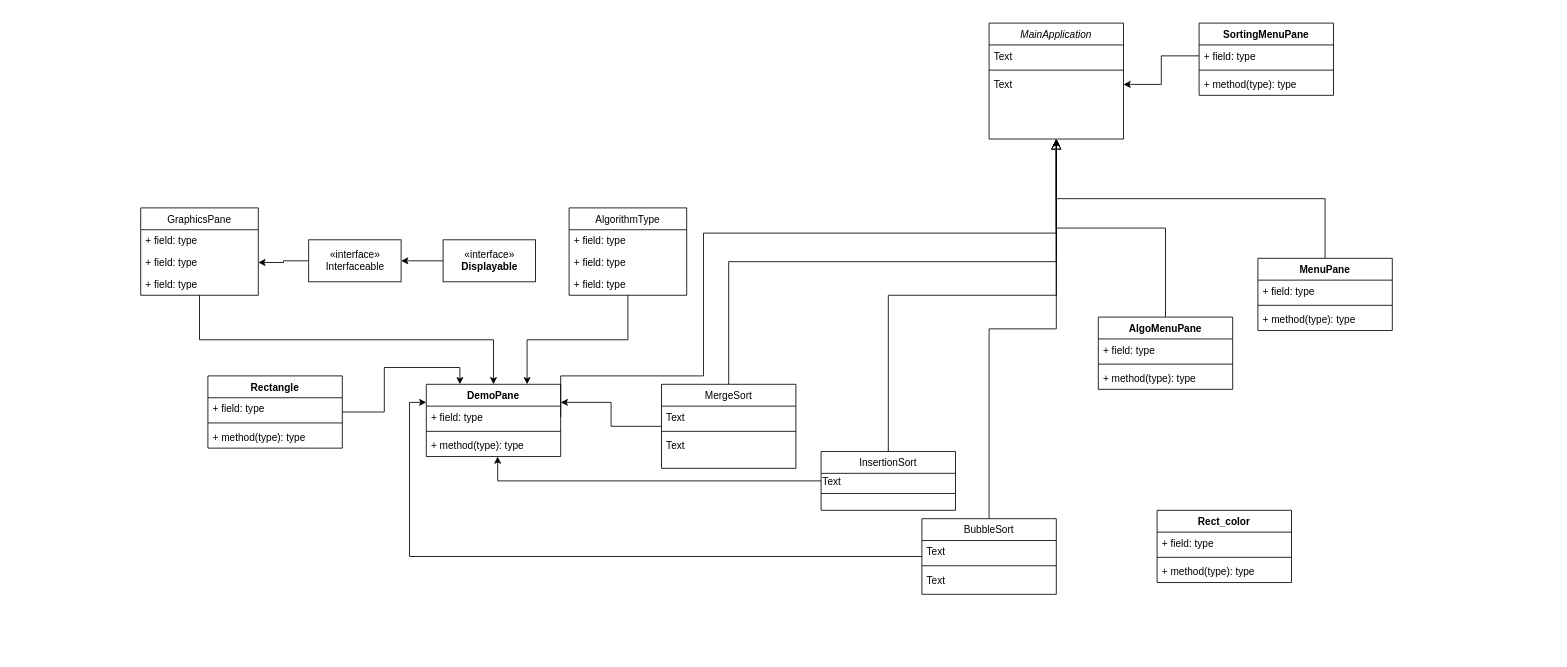
Earlier version of the draw.io diagram Final Project - Class Diagram.drawio (Prot0ast/Repository-Name). Source tidied: cells renumbered, new cells numbered last; positions are measured from the earlier drawing's top-left corner, leaving out a move shared by most shapes. Both pictures are drawn from the tidied source at 84%, with x=0, y=0 at pixel (140, 23).
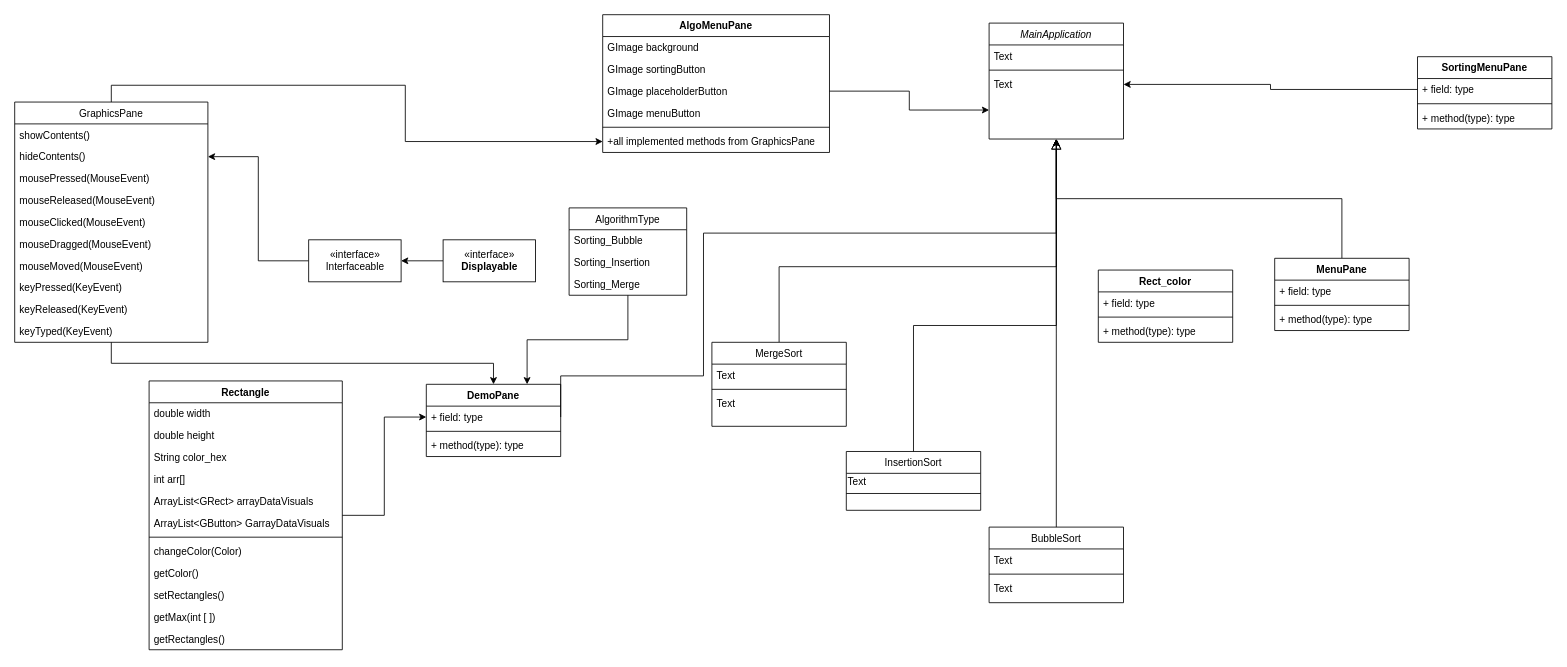
After the change.

The change refers to these unchanged cells:
```xml
<mxCell id="2" value="MainApplication" style="swimlane;fontStyle=2;align=center;verticalAlign=top;horizontal=1;startSize=26;rounded=0;shadow=0;strokeWidth=1;" parent="1" vertex="1">
  <mxGeometry x="1010" width="160" height="138" as="geometry" />
</mxCell>
<mxCell id="29" value="AlgorithmType" style="swimlane;fontStyle=0;horizontal=1;startSize=26;fillColor=none;" parent="1" vertex="1">
  <mxGeometry x="510" y="220" width="140" height="104" as="geometry" />
</mxCell>
<mxCell id="51" value="DemoPane" style="swimlane;fontStyle=1;align=center;verticalAlign=top;horizontal=1;startSize=26;" parent="1" vertex="1">
  <mxGeometry x="340" y="430" width="160" height="86" as="geometry" />
</mxCell>
<mxCell id="52" value="+ field: type" style="text;strokeColor=none;fillColor=none;align=left;verticalAlign=top;spacingLeft=4;spacingRight=4;overflow=hidden;points=[[0,0.5],[1,0.5]];portConstraint=eastwest;" parent="51" vertex="1">
  <mxGeometry y="26" width="160" height="26" as="geometry" />
</mxCell>
<mxCell id="54" value="+ method(type): type" style="text;strokeColor=none;fillColor=none;align=left;verticalAlign=top;spacingLeft=4;spacingRight=4;overflow=hidden;points=[[0,0.5],[1,0.5]];portConstraint=eastwest;" parent="51" vertex="1">
  <mxGeometry y="60" width="160" height="26" as="geometry" />
</mxCell>
```

Diff of the diagram source:
```diff
@@
-    <mxCell id="6" style="edgeStyle=orthogonalEdgeStyle;rounded=0;jettySize=auto;html=1;exitX=0;exitY=0.5;exitDx=0;exitDy=0;entryX=0;entryY=0.25;entryDx=0;entryDy=0;" parent="1" edge="1" source="7" target="51">
-      <mxGeometry relative="1" as="geometry" />
-    </mxCell>
     <mxCell id="7" value="BubbleSort" style="swimlane;fontStyle=0;align=center;verticalAlign=top;horizontal=1;startSize=26;rounded=0;shadow=0;strokeWidth=1;" parent="1" vertex="1">
-      <mxGeometry x="930" y="590" width="160" height="90" as="geometry" />
+      <mxGeometry x="1010" y="600" width="160" height="90" as="geometry" />
     </mxCell>
@@
-    <mxCell id="12" style="edgeStyle=orthogonalEdgeStyle;rounded=0;jettySize=auto;html=1;exitX=0;exitY=0.5;exitDx=0;exitDy=0;entryX=0.531;entryY=1;entryDx=0;entryDy=0;entryPerimeter=0;" parent="1" edge="1" source="13" target="54">
-      <mxGeometry relative="1" as="geometry" />
-    </mxCell>
     <mxCell id="13" value="InsertionSort" style="swimlane;fontStyle=0;align=center;verticalAlign=top;horizontal=1;startSize=26;rounded=0;shadow=0;strokeWidth=1;" parent="1" vertex="1">
-      <mxGeometry x="810" y="510" width="160" height="70" as="geometry" />
+      <mxGeometry x="840" y="510" width="160" height="70" as="geometry" />
     </mxCell>
@@
     <mxCell id="16" style="endArrow=block;endSize=10;endFill=0;shadow=0;strokeWidth=1;rounded=0;edgeStyle=elbowEdgeStyle;elbow=vertical;" parent="1" edge="1" source="13" target="2">
-      <mxGeometry relative="1" as="geometry" />
+      <mxGeometry relative="1" as="geometry">
+        <Array as="points">
+          <mxPoint x="1090" y="360" />
+        </Array>
+      </mxGeometry>
     </mxCell>
     <mxCell id="17" style="edgeStyle=orthogonalEdgeStyle;rounded=0;jettySize=auto;html=1;exitX=0.5;exitY=0;exitDx=0;exitDy=0;entryX=0.5;entryY=1;entryDx=0;entryDy=0;" parent="1" edge="1" source="19" target="2">
-      <mxGeometry relative="1" as="geometry" />
+      <mxGeometry relative="1" as="geometry">
+        <Array as="points">
+          <mxPoint x="760" y="290" />
+          <mxPoint x="1090" y="290" />
+        </Array>
+      </mxGeometry>
     </mxCell>
-    <mxCell id="18" style="edgeStyle=orthogonalEdgeStyle;rounded=0;jettySize=auto;html=1;exitX=0;exitY=0.5;exitDx=0;exitDy=0;entryX=1;entryY=0.25;entryDx=0;entryDy=0;" parent="1" edge="1" source="19" target="51">
-      <mxGeometry relative="1" as="geometry" />
-    </mxCell>
     <mxCell id="19" value="MergeSort" style="swimlane;fontStyle=0;align=center;verticalAlign=top;horizontal=1;startSize=26;rounded=0;shadow=0;strokeWidth=1;" parent="1" vertex="1">
-      <mxGeometry x="620" y="430" width="160" height="100" as="geometry" />
+      <mxGeometry x="680" y="380" width="160" height="100" as="geometry" />
     </mxCell>
@@
-    <mxCell id="23" style="edgeStyle=orthogonalEdgeStyle;rounded=0;jettySize=auto;html=1;exitX=0.5;exitY=0;exitDx=0;exitDy=0;entryX=0.5;entryY=1;entryDx=0;entryDy=0;" parent="1" edge="1" source="24" target="2">
-      <mxGeometry relative="1" as="geometry" />
-    </mxCell>
     <mxCell id="24" value="AlgoMenuPane" style="swimlane;fontStyle=1;align=center;verticalAlign=top;horizontal=1;startSize=26;" parent="1" vertex="1">
-      <mxGeometry x="1140" y="350" width="160" height="86" as="geometry" />
+      <mxGeometry x="550" y="-10" width="270" height="164" as="geometry" />
     </mxCell>
-    <mxCell id="25" value="+ field: type" style="text;strokeColor=none;fillColor=none;align=left;verticalAlign=top;spacingLeft=4;spacingRight=4;overflow=hidden;" parent="24" vertex="1">
-      <mxGeometry y="26" width="160" height="26" as="geometry" />
+    <mxCell id="25" value="GImage background" style="text;strokeColor=none;fillColor=none;align=left;verticalAlign=top;spacingLeft=4;spacingRight=4;overflow=hidden;" parent="24" vertex="1">
+      <mxGeometry y="26" width="270" height="26" as="geometry" />
     </mxCell>
+    <mxCell id="66" value="GImage sortingButton" style="text;strokeColor=none;fillColor=none;align=left;verticalAlign=top;spacingLeft=4;spacingRight=4;overflow=hidden;" parent="24" vertex="1">
+      <mxGeometry y="52" width="270" height="26" as="geometry" />
+    </mxCell>
+    <mxCell id="67" value="GImage placeholderButton" style="text;strokeColor=none;fillColor=none;align=left;verticalAlign=top;spacingLeft=4;spacingRight=4;overflow=hidden;points=[[0,0.5],[1,0.5]];portConstraint=eastwest;" parent="24" vertex="1">
+      <mxGeometry y="78" width="270" height="26" as="geometry" />
+    </mxCell>
+    <mxCell id="68" value="GImage menuButton" style="text;strokeColor=none;fillColor=none;align=left;verticalAlign=top;spacingLeft=4;spacingRight=4;overflow=hidden;" parent="24" vertex="1">
+      <mxGeometry y="104" width="270" height="26" as="geometry" />
+    </mxCell>
     <mxCell id="26" style="line;strokeWidth=1;fillColor=none;align=left;verticalAlign=middle;spacingTop=-1;spacingLeft=3;spacingRight=3;labelPosition=right;" parent="24" vertex="1">
-      <mxGeometry y="52" width="160" height="8" as="geometry" />
+      <mxGeometry y="130" width="270" height="8" as="geometry" />
     </mxCell>
-    <mxCell id="27" value="+ method(type): type" style="text;strokeColor=none;fillColor=none;align=left;verticalAlign=top;spacingLeft=4;spacingRight=4;overflow=hidden;points=[[0,0.5],[1,0.5]];portConstraint=eastwest;" parent="24" vertex="1">
-      <mxGeometry y="60" width="160" height="26" as="geometry" />
+    <mxCell id="27" value="+all implemented methods from GraphicsPane" style="text;strokeColor=none;fillColor=none;align=left;verticalAlign=top;spacingLeft=4;spacingRight=4;overflow=hidden;points=[[0,0.5],[1,0.5]];portConstraint=eastwest;" parent="24" vertex="1">
+      <mxGeometry y="138" width="270" height="26" as="geometry" />
     </mxCell>
@@
-    <mxCell id="30" value="+ field: type" style="text;strokeColor=none;fillColor=none;align=left;verticalAlign=top;spacingLeft=4;spacingRight=4;overflow=hidden;" parent="29" vertex="1">
+    <mxCell id="30" value="Sorting_Bubble" style="text;strokeColor=none;fillColor=none;align=left;verticalAlign=top;spacingLeft=4;spacingRight=4;overflow=hidden;" parent="29" vertex="1">
       <mxGeometry y="26" width="140" height="26" as="geometry" />
     </mxCell>
-    <mxCell id="31" value="+ field: type" style="text;strokeColor=none;fillColor=none;align=left;verticalAlign=top;spacingLeft=4;spacingRight=4;overflow=hidden;" parent="29" vertex="1">
+    <mxCell id="31" value="Sorting_Insertion" style="text;strokeColor=none;fillColor=none;align=left;verticalAlign=top;spacingLeft=4;spacingRight=4;overflow=hidden;" parent="29" vertex="1">
       <mxGeometry y="52" width="140" height="26" as="geometry" />
     </mxCell>
-    <mxCell id="32" value="+ field: type" style="text;strokeColor=none;fillColor=none;align=left;verticalAlign=top;spacingLeft=4;spacingRight=4;overflow=hidden;" parent="29" vertex="1">
+    <mxCell id="32" value="Sorting_Merge" style="text;strokeColor=none;fillColor=none;align=left;verticalAlign=top;spacingLeft=4;spacingRight=4;overflow=hidden;" parent="29" vertex="1">
       <mxGeometry y="78" width="140" height="26" as="geometry" />
     </mxCell>
     <mxCell id="33" value="Rect_color" style="swimlane;fontStyle=1;align=center;verticalAlign=top;horizontal=1;startSize=26;" parent="1" vertex="1">
-      <mxGeometry x="1210" y="580" width="160" height="86" as="geometry" />
+      <mxGeometry x="1140" y="294" width="160" height="86" as="geometry" />
     </mxCell>
@@
-    <mxCell id="37" style="edgeStyle=orthogonalEdgeStyle;rounded=0;jettySize=auto;html=1;exitX=1;exitY=0.5;exitDx=0;exitDy=0;entryX=0.25;entryY=0;entryDx=0;entryDy=0;" parent="1" edge="1" source="38" target="51">
-      <mxGeometry relative="1" as="geometry" />
-    </mxCell>
+    <mxCell id="69" style="edgeStyle=orthogonalEdgeStyle;rounded=0;jettySize=auto;html=1;exitX=1;exitY=0.5;exitDx=0;exitDy=0;entryX=0;entryY=0.5;entryDx=0;entryDy=0;" parent="1" edge="1" source="38" target="52">
+      <mxGeometry relative="1" as="geometry" />
+    </mxCell>
     <mxCell id="38" value="Rectangle" style="swimlane;fontStyle=1;align=center;verticalAlign=top;horizontal=1;startSize=26;" parent="1" vertex="1">
-      <mxGeometry x="80" y="420" width="160" height="86" as="geometry" />
+      <mxGeometry x="10" y="426" width="230" height="320" as="geometry" />
     </mxCell>
-    <mxCell id="39" value="+ field: type" style="text;strokeColor=none;fillColor=none;align=left;verticalAlign=top;spacingLeft=4;spacingRight=4;overflow=hidden;" parent="38" vertex="1">
-      <mxGeometry y="26" width="160" height="26" as="geometry" />
+    <mxCell id="39" value="double width" style="text;strokeColor=none;fillColor=none;align=left;verticalAlign=top;spacingLeft=4;spacingRight=4;overflow=hidden;" parent="38" vertex="1">
+      <mxGeometry y="26" width="230" height="26" as="geometry" />
     </mxCell>
+    <mxCell id="70" value="double height" style="text;strokeColor=none;fillColor=none;align=left;verticalAlign=top;spacingLeft=4;spacingRight=4;overflow=hidden;" parent="38" vertex="1">
+      <mxGeometry y="52" width="230" height="26" as="geometry" />
+    </mxCell>
+    <mxCell id="71" value="String color_hex" style="text;strokeColor=none;fillColor=none;align=left;verticalAlign=top;spacingLeft=4;spacingRight=4;overflow=hidden;" parent="38" vertex="1">
+      <mxGeometry y="78" width="230" height="26" as="geometry" />
+    </mxCell>
+    <mxCell id="72" value="int arr[]" style="text;strokeColor=none;fillColor=none;align=left;verticalAlign=top;spacingLeft=4;spacingRight=4;overflow=hidden;" parent="38" vertex="1">
+      <mxGeometry y="104" width="230" height="26" as="geometry" />
+    </mxCell>
+    <mxCell id="73" value="ArrayList&lt;GRect&gt; arrayDataVisuals" style="text;strokeColor=none;fillColor=none;align=left;verticalAlign=top;spacingLeft=4;spacingRight=4;overflow=hidden;" parent="38" vertex="1">
+      <mxGeometry y="130" width="230" height="26" as="geometry" />
+    </mxCell>
+    <mxCell id="74" value="ArrayList&lt;GButton&gt; GarrayDataVisuals" style="text;strokeColor=none;fillColor=none;align=left;verticalAlign=top;spacingLeft=4;spacingRight=4;overflow=hidden;" parent="38" vertex="1">
+      <mxGeometry y="156" width="230" height="26" as="geometry" />
+    </mxCell>
     <mxCell id="40" style="line;strokeWidth=1;fillColor=none;align=left;verticalAlign=middle;spacingTop=-1;spacingLeft=3;spacingRight=3;labelPosition=right;" parent="38" vertex="1">
-      <mxGeometry y="52" width="160" height="8" as="geometry" />
+      <mxGeometry y="182" width="230" height="8" as="geometry" />
     </mxCell>
+    <mxCell id="75" value="changeColor(Color)" style="text;strokeColor=none;fillColor=none;align=left;verticalAlign=top;spacingLeft=4;spacingRight=4;overflow=hidden;" parent="38" vertex="1">
+      <mxGeometry y="190" width="230" height="26" as="geometry" />
+    </mxCell>
+    <mxCell id="76" value="getColor()" style="text;strokeColor=none;fillColor=none;align=left;verticalAlign=top;spacingLeft=4;spacingRight=4;overflow=hidden;" parent="38" vertex="1">
+      <mxGeometry y="216" width="230" height="26" as="geometry" />
+    </mxCell>
-    <mxCell id="41" value="+ method(type): type" style="text;strokeColor=none;fillColor=none;align=left;verticalAlign=top;spacingLeft=4;spacingRight=4;overflow=hidden;" parent="38" vertex="1">
-      <mxGeometry y="60" width="160" height="26" as="geometry" />
+    <mxCell id="41" value="setRectangles()" style="text;strokeColor=none;fillColor=none;align=left;verticalAlign=top;spacingLeft=4;spacingRight=4;overflow=hidden;" parent="38" vertex="1">
+      <mxGeometry y="242" width="230" height="26" as="geometry" />
     </mxCell>
+    <mxCell id="77" value="getMax(int [ ])" style="text;strokeColor=none;fillColor=none;align=left;verticalAlign=top;spacingLeft=4;spacingRight=4;overflow=hidden;" parent="38" vertex="1">
+      <mxGeometry y="268" width="230" height="26" as="geometry" />
+    </mxCell>
+    <mxCell id="78" value="getRectangles()" style="text;strokeColor=none;fillColor=none;align=left;verticalAlign=top;spacingLeft=4;spacingRight=4;overflow=hidden;" parent="38" vertex="1">
+      <mxGeometry y="294" width="230" height="26" as="geometry" />
+    </mxCell>
     <mxCell id="42" value="SortingMenuPane" style="swimlane;fontStyle=1;align=center;verticalAlign=top;horizontal=1;startSize=26;" parent="1" vertex="1">
-      <mxGeometry x="1260" width="160" height="86" as="geometry" />
+      <mxGeometry x="1520" y="40" width="160" height="86" as="geometry" />
     </mxCell>
@@
     <mxCell id="47" value="MenuPane" style="swimlane;fontStyle=1;align=center;verticalAlign=top;horizontal=1;startSize=26;" parent="1" vertex="1">
-      <mxGeometry x="1330" y="280" width="160" height="86" as="geometry" />
+      <mxGeometry x="1350" y="280" width="160" height="86" as="geometry" />
     </mxCell>
@@
+    <mxCell id="79" style="edgeStyle=orthogonalEdgeStyle;rounded=0;jettySize=auto;html=1;exitX=0.5;exitY=0;exitDx=0;exitDy=0;entryX=0;entryY=0.5;entryDx=0;entryDy=0;" parent="1" edge="1" source="61" target="27">
+      <mxGeometry relative="1" as="geometry" />
+    </mxCell>
     <mxCell id="61" value="GraphicsPane" style="swimlane;fontStyle=0;horizontal=1;startSize=26;fillColor=none;" parent="1" vertex="1">
-      <mxGeometry y="220" width="140" height="104" as="geometry" />
+      <mxGeometry x="-150" y="94" width="230" height="286" as="geometry" />
     </mxCell>
-    <mxCell id="62" value="+ field: type" style="text;strokeColor=none;fillColor=none;align=left;verticalAlign=top;spacingLeft=4;spacingRight=4;overflow=hidden;" parent="61" vertex="1">
-      <mxGeometry y="26" width="140" height="26" as="geometry" />
+    <mxCell id="62" value="showContents()" style="text;strokeColor=none;fillColor=none;align=left;verticalAlign=top;spacingLeft=4;spacingRight=4;overflow=hidden;" parent="61" vertex="1">
+      <mxGeometry y="26" width="230" height="26" as="geometry" />
     </mxCell>
-    <mxCell id="63" value="+ field: type" style="text;strokeColor=none;fillColor=none;align=left;verticalAlign=top;spacingLeft=4;spacingRight=4;overflow=hidden;points=[[0,0.5],[1,0.5]];portConstraint=eastwest;" parent="61" vertex="1">
-      <mxGeometry y="52" width="140" height="26" as="geometry" />
+    <mxCell id="63" value="hideContents()" style="text;strokeColor=none;fillColor=none;align=left;verticalAlign=top;spacingLeft=4;spacingRight=4;overflow=hidden;points=[[0,0.5],[1,0.5]];portConstraint=eastwest;" parent="61" vertex="1">
+      <mxGeometry y="52" width="230" height="26" as="geometry" />
     </mxCell>
-    <mxCell id="64" value="+ field: type" style="text;strokeColor=none;fillColor=none;align=left;verticalAlign=top;spacingLeft=4;spacingRight=4;overflow=hidden;" parent="61" vertex="1">
-      <mxGeometry y="78" width="140" height="26" as="geometry" />
+    <mxCell id="64" value="mousePressed(MouseEvent)" style="text;strokeColor=none;fillColor=none;align=left;verticalAlign=top;spacingLeft=4;spacingRight=4;overflow=hidden;" parent="61" vertex="1">
+      <mxGeometry y="78" width="230" height="26" as="geometry" />
     </mxCell>
+    <mxCell id="80" value="mouseReleased(MouseEvent)" style="text;strokeColor=none;fillColor=none;align=left;verticalAlign=top;spacingLeft=4;spacingRight=4;overflow=hidden;" parent="61" vertex="1">
+      <mxGeometry y="104" width="230" height="26" as="geometry" />
+    </mxCell>
+    <mxCell id="81" value="mouseClicked(MouseEvent)" style="text;strokeColor=none;fillColor=none;align=left;verticalAlign=top;spacingLeft=4;spacingRight=4;overflow=hidden;" parent="61" vertex="1">
+      <mxGeometry y="130" width="230" height="26" as="geometry" />
+    </mxCell>
+    <mxCell id="82" value="mouseDragged(MouseEvent)" style="text;strokeColor=none;fillColor=none;align=left;verticalAlign=top;spacingLeft=4;spacingRight=4;overflow=hidden;" parent="61" vertex="1">
+      <mxGeometry y="156" width="230" height="26" as="geometry" />
+    </mxCell>
+    <mxCell id="83" value="mouseMoved(MouseEvent)" style="text;strokeColor=none;fillColor=none;align=left;verticalAlign=top;spacingLeft=4;spacingRight=4;overflow=hidden;" parent="61" vertex="1">
+      <mxGeometry y="182" width="230" height="26" as="geometry" />
+    </mxCell>
+    <mxCell id="84" value="keyPressed(KeyEvent)" style="text;strokeColor=none;fillColor=none;align=left;verticalAlign=top;spacingLeft=4;spacingRight=4;overflow=hidden;" parent="61" vertex="1">
+      <mxGeometry y="208" width="230" height="26" as="geometry" />
+    </mxCell>
+    <mxCell id="85" value="keyReleased(KeyEvent)" style="text;strokeColor=none;fillColor=none;align=left;verticalAlign=top;spacingLeft=4;spacingRight=4;overflow=hidden;" parent="61" vertex="1">
+      <mxGeometry y="234" width="230" height="26" as="geometry" />
+    </mxCell>
+    <mxCell id="86" value="keyTyped(KeyEvent)" style="text;strokeColor=none;fillColor=none;align=left;verticalAlign=top;spacingLeft=4;spacingRight=4;overflow=hidden;" parent="61" vertex="1">
+      <mxGeometry y="260" width="230" height="26" as="geometry" />
+    </mxCell>
@@
+    <mxCell id="87" style="edgeStyle=orthogonalEdgeStyle;rounded=0;jettySize=auto;html=1;exitX=1;exitY=0.5;exitDx=0;exitDy=0;entryX=0;entryY=0.75;entryDx=0;entryDy=0;" parent="1" edge="1" source="67" target="2">
+      <mxGeometry relative="1" as="geometry" />
+    </mxCell>
```
